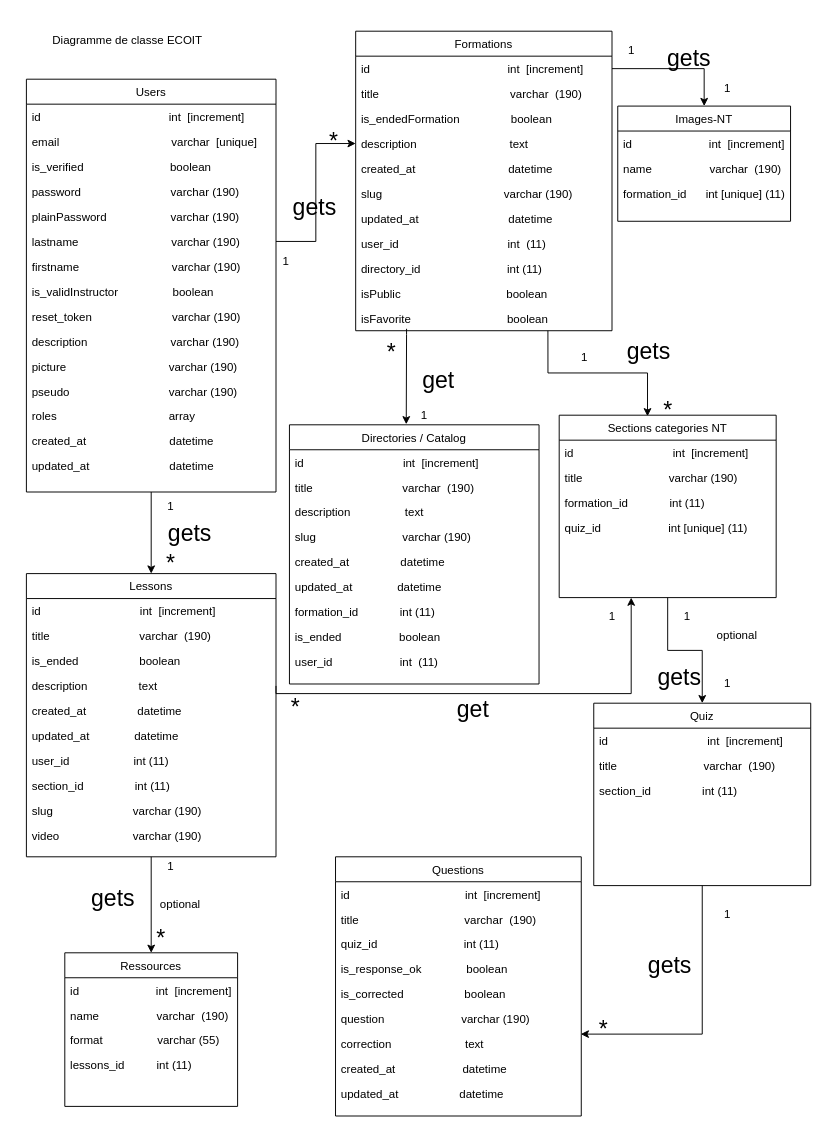
Above: ECO IT/diag_de_classe_ecoit.drawio in cyrisa02/diagrammes-UML (draw.io), before the change. Source tidied: cells renumbered, new cells numbered last; positions are measured from the earlier drawing's top-left corner, leaving out a move shared by most shapes. Both pictures are drawn from the tidied source at 96%, with x=0, y=0 at pixel (26, 16).
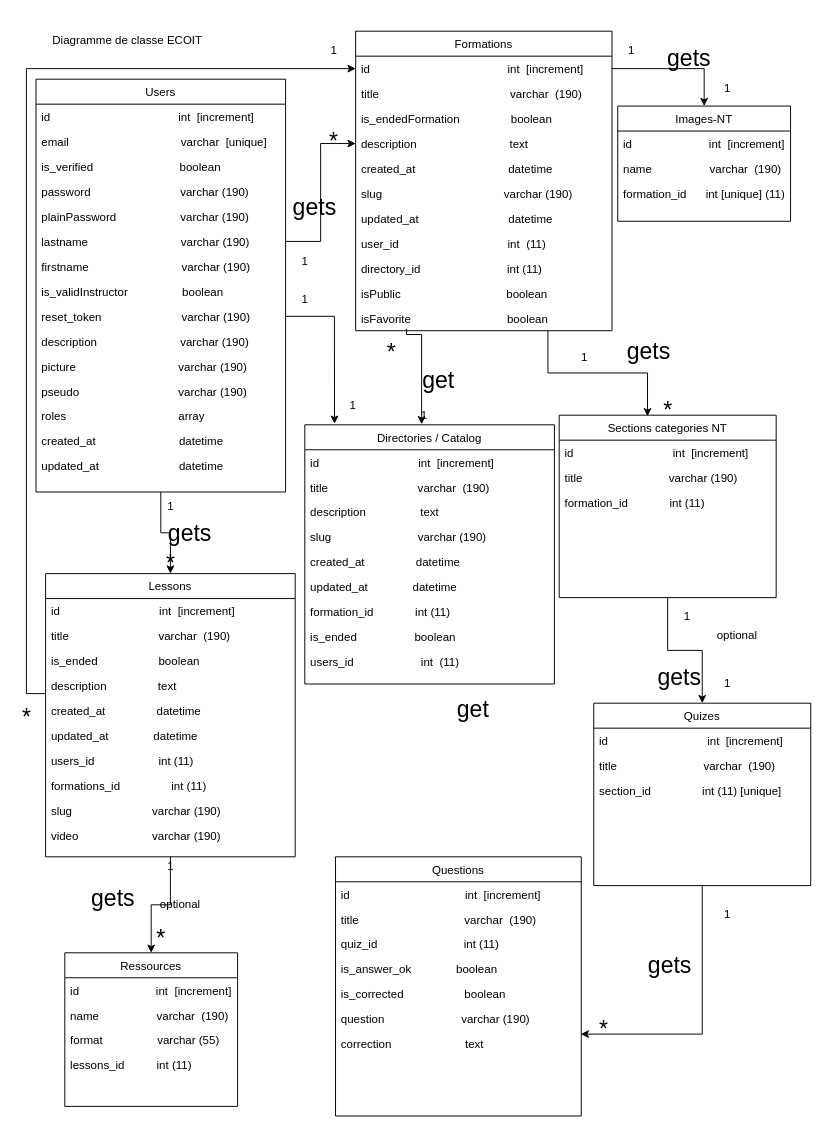
After the change.

The change refers to these unchanged cells:
```xml
<mxCell id="12" value="reset_token                         varchar (190)" style="text;align=left;verticalAlign=top;spacingLeft=4;spacingRight=4;overflow=hidden;points=[[0,0.5],[1,0.5]];portConstraint=eastwest;" parent="3" vertex="1">
  <mxGeometry y="234" width="260" height="26" as="geometry" />
</mxCell>
<mxCell id="22" value="id                                           int  [increment]" style="text;align=left;verticalAlign=top;spacingLeft=4;spacingRight=4;overflow=hidden;points=[[0,0.5],[1,0.5]];portConstraint=eastwest;" parent="21" vertex="1">
  <mxGeometry y="26" width="267" height="26" as="geometry" />
</mxCell>
<mxCell id="34" value="Sections categories NT" style="swimlane;fontStyle=0;align=center;verticalAlign=top;horizontal=1;startSize=26;rounded=0;shadow=0;strokeWidth=1;" parent="1" vertex="1">
  <mxGeometry x="555" y="415" width="226" height="190" as="geometry" />
</mxCell>
<mxCell id="44" value="description                text" style="text;align=left;verticalAlign=top;spacingLeft=4;spacingRight=4;overflow=hidden;points=[[0,0.5],[1,0.5]];portConstraint=eastwest;" parent="40" vertex="1">
  <mxGeometry y="104" width="260" height="26" as="geometry" />
</mxCell>
<mxCell id="51" value="Questions" style="swimlane;fontStyle=0;align=center;verticalAlign=top;horizontal=1;startSize=26;rounded=0;shadow=0;strokeWidth=1;" parent="1" vertex="1">
  <mxGeometry x="322" y="875" width="256" height="270" as="geometry" />
</mxCell>
```

Change to the diagram source:
```diff
@@
     <mxCell id="3" value="Users" style="swimlane;fontStyle=0;align=center;verticalAlign=top;horizontal=1;startSize=26;rounded=0;shadow=0;strokeWidth=1;" parent="1" vertex="1">
-      <mxGeometry y="65" width="260" height="430" as="geometry" />
+      <mxGeometry x="10" y="65" width="260" height="430" as="geometry" />
     </mxCell>
@@
-    <mxCell id="38" value="quiz_id                     int [unique] (11)" style="text;align=left;verticalAlign=top;spacingLeft=4;spacingRight=4;overflow=hidden;" parent="34" vertex="1">
-      <mxGeometry y="104" width="226" height="26" as="geometry" />
-    </mxCell>
@@
     <mxCell id="40" value="Lessons" style="swimlane;fontStyle=0;align=center;verticalAlign=top;horizontal=1;startSize=26;rounded=0;shadow=0;strokeWidth=1;" parent="1" vertex="1">
-      <mxGeometry y="580" width="260" height="295" as="geometry" />
+      <mxGeometry x="20" y="580" width="260" height="295" as="geometry" />
     </mxCell>
@@
-    <mxCell id="47" value="user_id                    int (11)" style="text;align=left;verticalAlign=top;spacingLeft=4;spacingRight=4;overflow=hidden;" parent="40" vertex="1">
+    <mxCell id="47" value="users_id                    int (11)" style="text;align=left;verticalAlign=top;spacingLeft=4;spacingRight=4;overflow=hidden;" parent="40" vertex="1">
       <mxGeometry y="182" width="260" height="26" as="geometry" />
     </mxCell>
-    <mxCell id="48" value="section_id                int (11)" style="text;align=left;verticalAlign=top;spacingLeft=4;spacingRight=4;overflow=hidden;" parent="40" vertex="1">
+    <mxCell id="48" value="formations_id                int (11)" style="text;align=left;verticalAlign=top;spacingLeft=4;spacingRight=4;overflow=hidden;" parent="40" vertex="1">
       <mxGeometry y="208" width="260" height="26" as="geometry" />
     </mxCell>
@@
-    <mxCell id="55" value="is_response_ok              boolean" style="text;align=left;verticalAlign=top;spacingLeft=4;spacingRight=4;overflow=hidden;" parent="51" vertex="1">
+    <mxCell id="55" value="is_answer_ok              boolean" style="text;align=left;verticalAlign=top;spacingLeft=4;spacingRight=4;overflow=hidden;" parent="51" vertex="1">
       <mxGeometry y="104" width="256" height="26" as="geometry" />
     </mxCell>
@@
-    <mxCell id="59" value="created_at                     datetime" style="text;align=left;verticalAlign=top;spacingLeft=4;spacingRight=4;overflow=hidden;" parent="51" vertex="1">
-      <mxGeometry y="208" width="256" height="26" as="geometry" />
-    </mxCell>
-    <mxCell id="60" value="updated_at                   datetime" style="text;align=left;verticalAlign=top;spacingLeft=4;spacingRight=4;overflow=hidden;" parent="51" vertex="1">
-      <mxGeometry y="234" width="256" height="26" as="geometry" />
-    </mxCell>
@@
-    <mxCell id="62" style="edgeStyle=orthogonalEdgeStyle;rounded=0;jettySize=auto;html=1;exitX=1;exitY=0.5;exitDx=0;exitDy=0;" parent="1" edge="1" source="44">
+    <mxCell id="62" style="edgeStyle=orthogonalEdgeStyle;rounded=0;jettySize=auto;html=1;entryX=0;entryY=0.5;entryDx=0;entryDy=0;" parent="1" edge="1" source="44" target="22">
       <mxGeometry relative="1" as="geometry">
-        <mxPoint x="630" y="605" as="targetPoint" />
         <Array as="points">
-          <mxPoint x="260" y="705" />
-          <mxPoint x="630" y="705" />
+          <mxPoint y="705" />
+          <mxPoint y="54" />
         </Array>
       </mxGeometry>
     </mxCell>
@@
-    <mxCell id="70" value="Quiz" style="swimlane;fontStyle=0;align=center;verticalAlign=top;horizontal=1;startSize=26;rounded=0;shadow=0;strokeWidth=1;" parent="1" vertex="1">
+    <mxCell id="70" value="Quizes" style="swimlane;fontStyle=0;align=center;verticalAlign=top;horizontal=1;startSize=26;rounded=0;shadow=0;strokeWidth=1;" parent="1" vertex="1">
       <mxGeometry x="591" y="715" width="226" height="190" as="geometry" />
     </mxCell>
@@
-    <mxCell id="73" value="section_id                int (11)" style="text;align=left;verticalAlign=top;spacingLeft=4;spacingRight=4;overflow=hidden;" parent="70" vertex="1">
+    <mxCell id="73" value="section_id                int (11) [unique]" style="text;align=left;verticalAlign=top;spacingLeft=4;spacingRight=4;overflow=hidden;" parent="70" vertex="1">
       <mxGeometry y="78" width="226" height="26" as="geometry" />
     </mxCell>
@@
     <mxCell id="80" value="Directories / Catalog" style="swimlane;fontStyle=0;align=center;verticalAlign=top;horizontal=1;startSize=26;rounded=0;shadow=0;strokeWidth=1;" parent="1" vertex="1">
-      <mxGeometry x="274" y="425" width="260" height="270" as="geometry" />
+      <mxGeometry x="290" y="425" width="260" height="270" as="geometry" />
     </mxCell>
@@
-    <mxCell id="89" value="user_id                     int  (11)" style="text;align=left;verticalAlign=top;spacingLeft=4;spacingRight=4;overflow=hidden;" parent="80" vertex="1">
+    <mxCell id="89" value="users_id                     int  (11)" style="text;align=left;verticalAlign=top;spacingLeft=4;spacingRight=4;overflow=hidden;" parent="80" vertex="1">
       <mxGeometry y="234" width="260" height="26" as="geometry" />
     </mxCell>
@@
     <mxCell id="94" value="1" style="text;html=1;align=center;verticalAlign=middle;fillColor=none;strokeColor=none;rounded=0;" parent="1" vertex="1">
-      <mxGeometry x="260" y="245" width="20" height="20" as="geometry" />
+      <mxGeometry x="280" y="245" width="20" height="20" as="geometry" />
     </mxCell>
@@
     <mxCell id="100" value="1" style="text;html=1;align=center;verticalAlign=middle;fillColor=none;strokeColor=none;rounded=0;" parent="1" vertex="1">
-      <mxGeometry x="600" y="615" width="20" height="20" as="geometry" />
+      <mxGeometry x="310" y="25" width="20" height="20" as="geometry" />
     </mxCell>
     <mxCell id="101" value="*" style="text;html=1;align=center;verticalAlign=middle;fillColor=none;strokeColor=none;rounded=0;fontSize=24;" parent="1" vertex="1">
-      <mxGeometry x="270" y="705" width="20" height="30" as="geometry" />
+      <mxGeometry x="-10" y="715" width="20" height="30" as="geometry" />
     </mxCell>
@@
+    <mxCell id="118" style="edgeStyle=orthogonalEdgeStyle;rounded=0;jettySize=auto;html=1;exitX=1;exitY=0.5;exitDx=0;exitDy=0;entryX=0.119;entryY=-0.004;entryDx=0;entryDy=0;entryPerimeter=0;fontSize=18;" parent="1" edge="1" source="12" target="80">
+      <mxGeometry relative="1" as="geometry" />
+    </mxCell>
+    <mxCell id="119" value="1" style="text;html=1;align=center;verticalAlign=middle;fillColor=none;strokeColor=none;rounded=0;" parent="1" vertex="1">
+      <mxGeometry x="280" y="285" width="20" height="20" as="geometry" />
+    </mxCell>
+    <mxCell id="120" value="1" style="text;html=1;align=center;verticalAlign=middle;fillColor=none;strokeColor=none;rounded=0;" parent="1" vertex="1">
+      <mxGeometry x="330" y="395" width="20" height="20" as="geometry" />
+    </mxCell>
```
